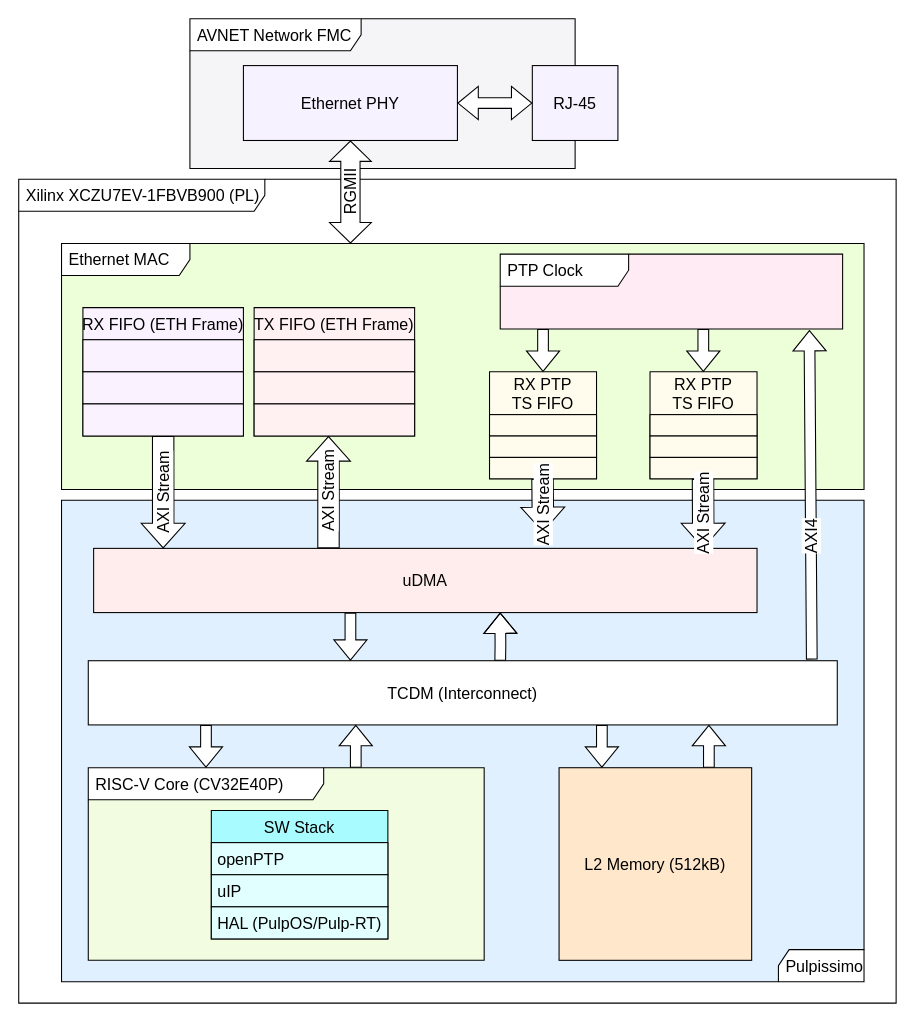
Earlier version of the draw.io diagram etherpulp-udma-bd_big.drawio (p3da/esp_bd). Source tidied: cells renumbered, new cells numbered last; positions are measured from the earlier drawing's top-left corner, leaving out a move shared by most shapes. Both pictures are drawn from the tidied source at 107%, with x=0, y=0 at pixel (18, 18).
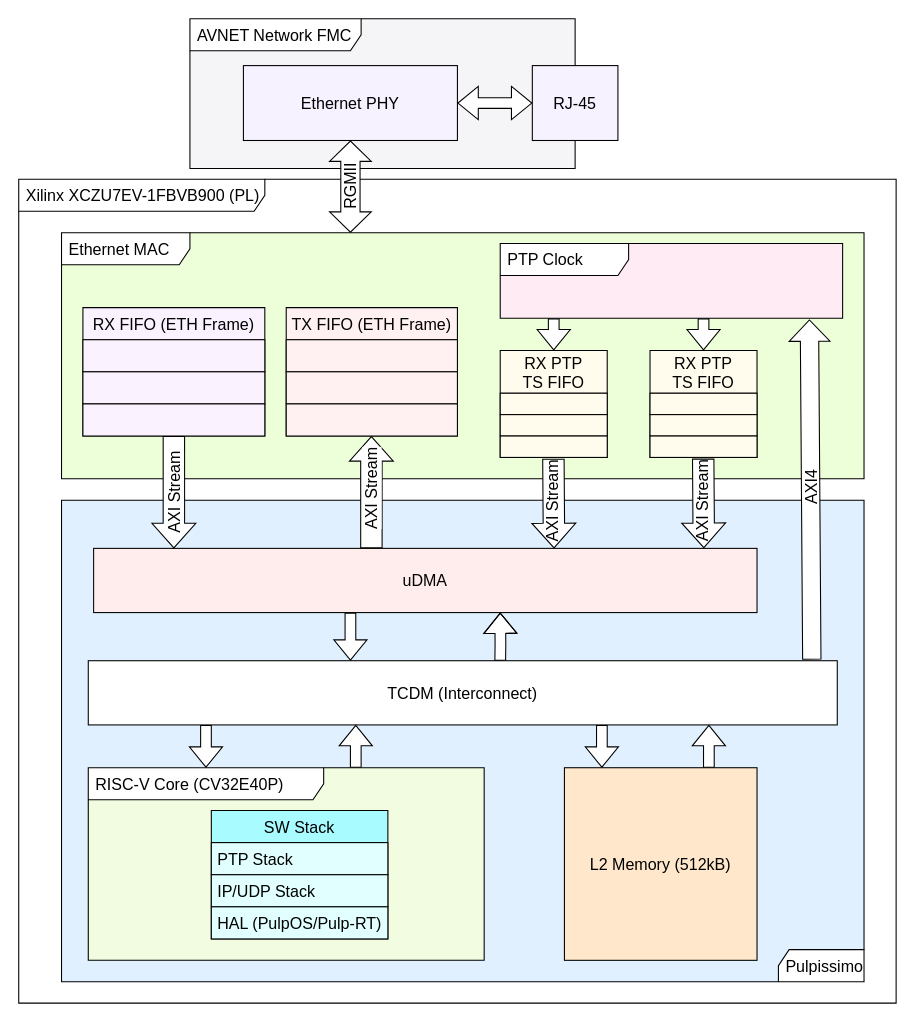
The same diagram, later.

The change refers to these unchanged cells:
```xml
<mxCell id="8" value="Ethernet PHY" style="rounded=0;whiteSpace=wrap;html=1;labelBackgroundColor=none;fillColor=#F7F2FF;fontSize=15;" parent="5" vertex="1">
  <mxGeometry x="50" y="43.8" width="200" height="70" as="geometry" />
</mxCell>
<mxCell id="24" value="uDMA" style="rounded=0;whiteSpace=wrap;html=1;glass=0;labelBackgroundColor=none;labelBorderColor=none;fontColor=none;strokeColor=default;fillColor=#FFEDED;fontSize=15;" parent="1" vertex="1">
  <mxGeometry x="70" y="495" width="620" height="60" as="geometry" />
</mxCell>
<mxCell id="26" value="TCDM (Interconnect)" style="rounded=0;whiteSpace=wrap;html=1;glass=0;labelBackgroundColor=none;labelBorderColor=none;fontColor=none;strokeColor=default;fillColor=#FFFFFF;fontSize=15;" parent="1" vertex="1">
  <mxGeometry x="65" y="600" width="700" height="60" as="geometry" />
</mxCell>
<mxCell id="41" value="SW Stack" style="swimlane;fontStyle=0;horizontal=1;startSize=30;glass=0;labelBackgroundColor=none;labelBorderColor=none;fontColor=none;strokeColor=default;fillColor=#A8FCFF;gradientColor=none;fontSize=15;" parent="1" vertex="1">
  <mxGeometry x="180" y="740" width="165" height="120" as="geometry" />
</mxCell>
```

Diff of the diagram source:
```diff
@@
     <mxCell id="4" value="&lt;div style=&quot;font-size: 15px;&quot;&gt;Ethernet MAC&lt;/div&gt;" style="shape=umlFrame;whiteSpace=wrap;html=1;width=120;height=30;boundedLbl=1;verticalAlign=middle;align=left;spacingLeft=5;fillColor=#FFFFFF;swimlaneFillColor=#ECFFD9;fontSize=15;" parent="1" vertex="1">
-      <mxGeometry x="40" y="210" width="750" height="230" as="geometry" />
+      <mxGeometry x="40" y="200" width="750" height="230" as="geometry" />
     </mxCell>
@@
     <mxCell id="10" value="RGMII" style="shape=flexArrow;endArrow=classic;startArrow=classic;html=1;rounded=0;fontColor=none;entryX=0.5;entryY=1;entryDx=0;entryDy=0;width=18;fillColor=#FFFFFF;labelBackgroundColor=none;horizontal=0;startSize=6;fontSize=15;" parent="1" edge="1" target="8">
       <mxGeometry relative="1" as="geometry">
-        <mxPoint x="310" y="210" as="sourcePoint" />
+        <mxPoint x="310" y="200" as="sourcePoint" />
       </mxGeometry>
     </mxCell>
     <mxCell id="11" value="TX FIFO (ETH Frame)" style="swimlane;fontStyle=0;horizontal=1;startSize=30;labelBackgroundColor=none;fontColor=none;fillColor=#FFF0F1;fontSize=15;" parent="1" vertex="1">
-      <mxGeometry x="220" y="270" width="150" height="120" as="geometry" />
+      <mxGeometry x="250" y="270" width="160" height="120" as="geometry" />
     </mxCell>
     <mxCell id="12" value="  " style="text;strokeColor=default;fillColor=#FFF0F1;align=left;verticalAlign=middle;spacingLeft=4;spacingRight=4;overflow=hidden;labelBackgroundColor=none;fontColor=none;labelBorderColor=none;fontSize=15;" parent="11" vertex="1">
-      <mxGeometry y="30" width="150" height="30" as="geometry" />
+      <mxGeometry y="30" width="160" height="30" as="geometry" />
     </mxCell>
     <mxCell id="13" value=" " style="text;strokeColor=default;fillColor=#FFF0F1;align=left;verticalAlign=middle;spacingLeft=4;spacingRight=4;overflow=hidden;labelBackgroundColor=none;fontColor=none;fontSize=15;" parent="11" vertex="1">
-      <mxGeometry y="60" width="150" height="30" as="geometry" />
+      <mxGeometry y="60" width="160" height="30" as="geometry" />
     </mxCell>
     <mxCell id="14" value=" " style="text;strokeColor=default;fillColor=#FFF0F1;align=left;verticalAlign=middle;spacingLeft=4;spacingRight=4;overflow=hidden;labelBackgroundColor=none;fontColor=none;fontSize=15;" parent="11" vertex="1">
-      <mxGeometry y="90" width="150" height="30" as="geometry" />
+      <mxGeometry y="90" width="160" height="30" as="geometry" />
     </mxCell>
     <mxCell id="15" value="RX FIFO (ETH Frame)" style="swimlane;fontStyle=0;horizontal=1;startSize=30;labelBackgroundColor=none;fontColor=none;fillColor=#FAF2FF;fontSize=15;" parent="1" vertex="1">
-      <mxGeometry x="60" y="270" width="150" height="120" as="geometry" />
+      <mxGeometry x="60" y="270" width="170" height="120" as="geometry" />
     </mxCell>
     <mxCell id="16" value="  " style="text;strokeColor=default;fillColor=#FAF2FF;align=left;verticalAlign=middle;spacingLeft=4;spacingRight=4;overflow=hidden;labelBackgroundColor=none;fontColor=none;labelBorderColor=none;fontSize=15;" parent="15" vertex="1">
-      <mxGeometry y="30" width="150" height="30" as="geometry" />
+      <mxGeometry y="30" width="170" height="30" as="geometry" />
     </mxCell>
     <mxCell id="17" value=" " style="text;strokeColor=default;fillColor=#FAF2FF;align=left;verticalAlign=middle;spacingLeft=4;spacingRight=4;overflow=hidden;labelBackgroundColor=none;fontColor=none;fontSize=15;" parent="15" vertex="1">
-      <mxGeometry y="60" width="150" height="30" as="geometry" />
+      <mxGeometry y="60" width="170" height="30" as="geometry" />
     </mxCell>
     <mxCell id="18" value=" " style="text;strokeColor=default;fillColor=#FAF2FF;align=left;verticalAlign=middle;spacingLeft=4;spacingRight=4;overflow=hidden;points=[[0,0.5],[1,0.5]];portConstraint=eastwest;labelBackgroundColor=none;fontColor=none;fontSize=15;" parent="15" vertex="1">
-      <mxGeometry y="90" width="150" height="30" as="geometry" />
+      <mxGeometry y="90" width="170" height="30" as="geometry" />
     </mxCell>
     <mxCell id="19" value="RX PTP &#10;TS FIFO" style="swimlane;fontStyle=0;horizontal=1;startSize=40;labelBackgroundColor=none;fontColor=none;fillColor=#FFFBED;fontSize=15;" parent="1" vertex="1">
-      <mxGeometry x="440" y="330" width="100" height="100" as="geometry" />
+      <mxGeometry x="450" y="310" width="100" height="100" as="geometry" />
     </mxCell>
@@
     <mxCell id="23" value="PTP Clock" style="shape=umlFrame;whiteSpace=wrap;html=1;width=120;height=30;boundedLbl=1;verticalAlign=middle;align=left;spacingLeft=5;fillColor=#FFFFFF;swimlaneFillColor=#FFEBF4;fontSize=15;" parent="1" vertex="1">
-      <mxGeometry x="450" y="220" width="320" height="70" as="geometry" />
+      <mxGeometry x="450" y="210" width="320" height="70" as="geometry" />
     </mxCell>
@@
     <mxCell id="27" value="L2 Memory (512kB)" style="whiteSpace=wrap;html=1;glass=0;labelBackgroundColor=none;labelBorderColor=none;fontColor=none;strokeColor=default;fillColor=#FFE7CC;gradientColor=none;fontSize=15;" parent="1" vertex="1">
-      <mxGeometry x="505" y="700" width="180" height="180" as="geometry" />
+      <mxGeometry x="510" y="700" width="180" height="180" as="geometry" />
     </mxCell>
@@
     <mxCell id="31" value="RX PTP &#10;TS FIFO" style="swimlane;fontStyle=0;horizontal=1;startSize=40;labelBackgroundColor=none;fontColor=none;fillColor=#FFFBED;fontSize=15;" parent="1" vertex="1">
-      <mxGeometry x="590" y="330" width="100" height="100" as="geometry" />
+      <mxGeometry x="590" y="310" width="100" height="100" as="geometry" />
     </mxCell>
@@
+    <mxCell id="50" value="AXI Stream" style="shape=flexArrow;endArrow=classic;html=1;rounded=0;labelBackgroundColor=none;fontColor=none;fillColor=#FFFFFF;orthogonal=1;horizontal=0;width=20;endSize=7.33;fontSize=15;exitX=0.51;exitY=1;exitDx=0;exitDy=0;exitPerimeter=0;entryX=0.696;entryY=-0.02;entryDx=0;entryDy=0;entryPerimeter=0;" parent="31" edge="1">
+      <mxGeometry x="-0.05" y="-1" relative="1" as="geometry">
+        <mxPoint x="49.7" y="101" as="sourcePoint" />
+        <mxPoint x="50.3" y="184.8" as="targetPoint" />
+      </mxGeometry>
+    </mxCell>
@@
-    <mxCell id="36" style="shape=flexArrow;endArrow=classic;html=1;rounded=0;labelBackgroundColor=none;fontColor=none;fillColor=#FFFFFF;entryX=0.5;entryY=0;entryDx=0;entryDy=0;orthogonal=1;fontSize=15;" parent="1" edge="1" source="23">
-      <mxGeometry relative="1" as="geometry">
-        <mxPoint x="639.8" y="330" as="targetPoint" />
-      </mxGeometry>
+    <mxCell id="36" style="shape=flexArrow;endArrow=classic;html=1;rounded=0;labelBackgroundColor=none;fontColor=none;fillColor=#FFFFFF;orthogonal=1;fontSize=15;entryX=0.5;entryY=0;entryDx=0;entryDy=0;" parent="1" edge="1" source="23" target="31">
+      <mxGeometry relative="1" as="geometry" />
     </mxCell>
@@
-    <mxCell id="42" value="openPTP" style="text;strokeColor=default;fillColor=#E0FFFE;align=left;verticalAlign=middle;spacingLeft=4;spacingRight=4;overflow=hidden;glass=0;labelBackgroundColor=none;labelBorderColor=none;fontColor=none;fontSize=15;" parent="41" vertex="1">
+    <mxCell id="42" value="PTP Stack" style="text;strokeColor=default;fillColor=#E0FFFE;align=left;verticalAlign=middle;spacingLeft=4;spacingRight=4;overflow=hidden;glass=0;labelBackgroundColor=none;labelBorderColor=none;fontColor=none;fontSize=15;" parent="41" vertex="1">
       <mxGeometry y="30" width="165" height="30" as="geometry" />
     </mxCell>
-    <mxCell id="43" value="uIP" style="text;strokeColor=default;fillColor=#E0FFFE;align=left;verticalAlign=middle;spacingLeft=4;spacingRight=4;overflow=hidden;glass=0;labelBackgroundColor=none;labelBorderColor=none;fontColor=none;fontSize=15;" parent="41" vertex="1">
+    <mxCell id="43" value="IP/UDP Stack" style="text;strokeColor=default;fillColor=#E0FFFE;align=left;verticalAlign=middle;spacingLeft=4;spacingRight=4;overflow=hidden;glass=0;labelBackgroundColor=none;labelBorderColor=none;fontColor=none;fontSize=15;" parent="41" vertex="1">
       <mxGeometry y="60" width="165" height="30" as="geometry" />
     </mxCell>
@@
-    <mxCell id="45" value="AXI Stream" style="shape=flexArrow;endArrow=classic;html=1;rounded=0;labelBackgroundColor=default;fontColor=none;fillColor=#FFFFFF;orthogonal=1;horizontal=0;width=20;endSize=7.33;startArrow=none;fontSize=15;" parent="1" edge="1" source="24">
-      <mxGeometry relative="1" as="geometry">
-        <mxPoint x="289.5" y="390" as="targetPoint" />
+    <mxCell id="45" value="AXI Stream" style="shape=flexArrow;endArrow=classic;html=1;rounded=0;labelBackgroundColor=default;fontColor=none;fillColor=#FFFFFF;orthogonal=1;horizontal=0;width=20;endSize=7.33;startArrow=none;fontSize=15;" parent="1" edge="1">
+      <mxGeometry x="0.05" relative="1" as="geometry">
+        <mxPoint x="329.6" y="495" as="sourcePoint" />
+        <mxPoint x="329.6" y="390" as="targetPoint" />
       </mxGeometry>
     </mxCell>
-    <mxCell id="46" value="AXI Stream" style="shape=flexArrow;endArrow=classic;html=1;rounded=0;labelBackgroundColor=default;fontColor=none;fillColor=#FFFFFF;orthogonal=1;horizontal=0;width=20;endSize=7.33;fontSize=15;" parent="1" edge="1">
-      <mxGeometry relative="1" as="geometry">
-        <mxPoint x="489.5" y="430" as="sourcePoint" />
-        <mxPoint x="490" y="480" as="targetPoint" />
-      </mxGeometry>
-    </mxCell>
-    <mxCell id="47" value="AXI Stream" style="shape=flexArrow;endArrow=classic;html=1;rounded=0;labelBackgroundColor=default;fontColor=none;fillColor=#FFFFFF;orthogonal=1;horizontal=0;width=20;endSize=7.33;entryX=0.919;entryY=0;entryDx=0;entryDy=0;entryPerimeter=0;fontSize=15;" parent="1" edge="1" target="24">
-      <mxGeometry relative="1" as="geometry">
-        <mxPoint x="639.5" y="430" as="sourcePoint" />
-      </mxGeometry>
-    </mxCell>
-    <mxCell id="48" style="shape=flexArrow;endArrow=classic;html=1;rounded=0;labelBackgroundColor=none;fontColor=none;fillColor=#FFFFFF;exitX=0.966;exitY=-0.017;exitDx=0;exitDy=0;exitPerimeter=0;fontSize=15;entryX=0.903;entryY=1.014;entryDx=0;entryDy=0;entryPerimeter=0;" parent="1" edge="1" source="26" target="23">
+    <mxCell id="48" style="shape=flexArrow;endArrow=classic;html=1;rounded=0;labelBackgroundColor=none;fontColor=none;fillColor=#FFFFFF;exitX=0.966;exitY=-0.017;exitDx=0;exitDy=0;exitPerimeter=0;fontSize=15;entryX=0.903;entryY=1.014;entryDx=0;entryDy=0;entryPerimeter=0;width=17.142857142857142;endSize=6.32;" parent="1" edge="1" source="26" target="23">
       <mxGeometry relative="1" as="geometry" />
     </mxCell>
-    <mxCell id="49" value="AXI4" style="edgeLabel;html=1;align=center;verticalAlign=middle;fontSize=15;rotation=270;" parent="48" vertex="1">
+    <mxCell id="49" value="AXI4" style="edgeLabel;html=1;align=center;verticalAlign=middle;fontSize=15;rotation=270;labelBackgroundColor=none;" parent="48" vertex="1">
       <mxGeometry x="-0.16" relative="1" as="geometry">
-        <mxPoint y="15" as="offset" />
+        <mxPoint y="-26" as="offset" />
       </mxGeometry>
     </mxCell>
+    <mxCell id="51" value="AXI Stream" style="shape=flexArrow;endArrow=classic;html=1;rounded=0;labelBackgroundColor=none;fontColor=none;fillColor=default;orthogonal=1;horizontal=0;width=20;endSize=7.33;fontSize=15;exitX=0.51;exitY=1;exitDx=0;exitDy=0;exitPerimeter=0;entryX=0.696;entryY=-0.02;entryDx=0;entryDy=0;entryPerimeter=0;" parent="1" edge="1">
+      <mxGeometry x="-0.05" y="-1" relative="1" as="geometry">
+        <mxPoint x="499.7" y="411.2" as="sourcePoint" />
+        <mxPoint x="500.3" y="495" as="targetPoint" />
+      </mxGeometry>
+    </mxCell>
```
